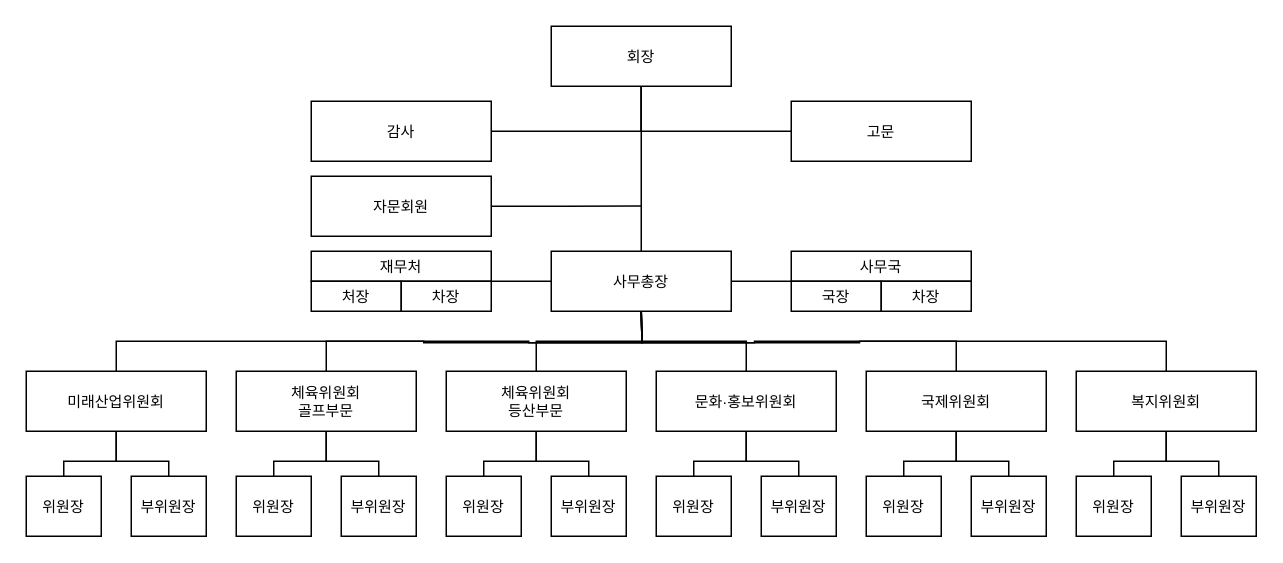
Zeranium/web1 keeps this draw.io diagram as 제목 없는 다이어그램.drawio. Above is the earlier version. Source tidied: cells renumbered, new cells numbered last; positions are measured from the earlier drawing's top-left corner, leaving out a move shared by most shapes. Both pictures are drawn from the tidied source at 150%, with x=0, y=0 at pixel (26, 26).
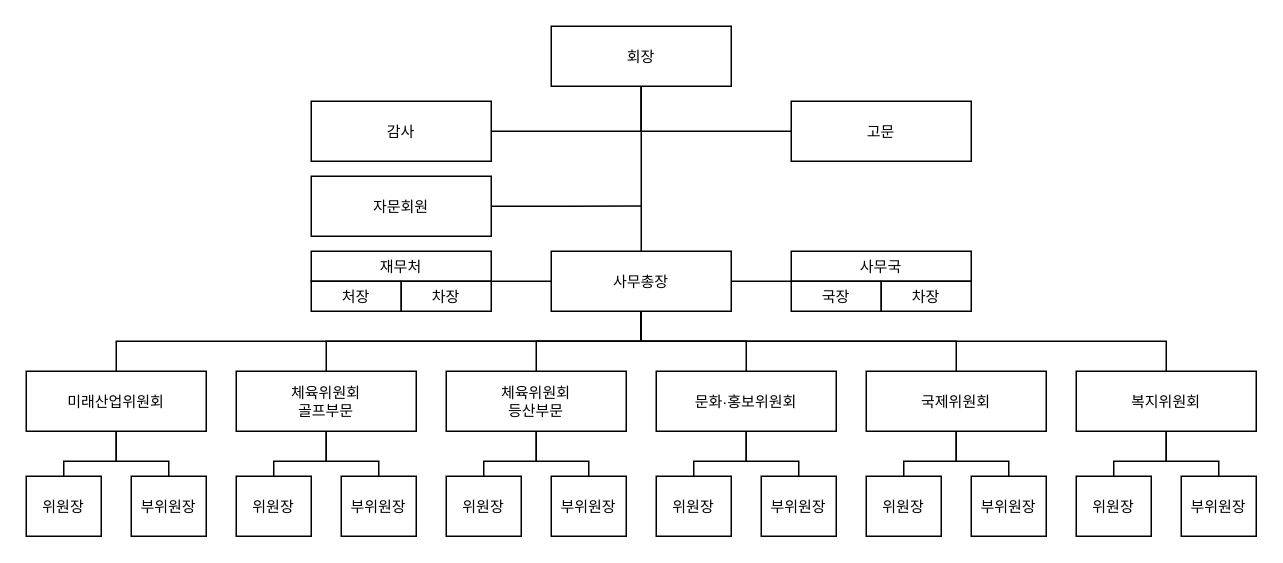
After the change.

Commit message:
제목 없는 다이어그램.drawio 업데이트

The change refers to these unchanged cells:
```xml
<mxCell id="5" value="미래산업위원회" style="whiteSpace=wrap;html=1;fontSize=10;" parent="1" vertex="1">
  <mxGeometry y="230" width="120" height="40" as="geometry" />
</mxCell>
<mxCell id="7" value="체육위원회&lt;div style=&quot;font-size: 10px;&quot;&gt;골프부문&lt;/div&gt;" style="whiteSpace=wrap;html=1;fontSize=10;" parent="1" vertex="1">
  <mxGeometry x="140" y="230" width="120" height="40" as="geometry" />
</mxCell>
<mxCell id="9" value="체육위원회&lt;div style=&quot;font-size: 10px;&quot;&gt;등산부문&lt;/div&gt;" style="whiteSpace=wrap;html=1;fontSize=10;" parent="1" vertex="1">
  <mxGeometry x="280" y="230" width="120" height="40" as="geometry" />
</mxCell>
<mxCell id="11" value="문화·홍보위원회" style="whiteSpace=wrap;html=1;fontSize=10;" parent="1" vertex="1">
  <mxGeometry x="420" y="230" width="120" height="40" as="geometry" />
</mxCell>
<mxCell id="13" value="국제위원회" style="whiteSpace=wrap;html=1;fontSize=10;" parent="1" vertex="1">
  <mxGeometry x="560" y="230" width="120" height="40" as="geometry" />
</mxCell>
<mxCell id="15" value="복지위원회" style="whiteSpace=wrap;html=1;fontSize=10;" parent="1" vertex="1">
  <mxGeometry x="700" y="230" width="120" height="40" as="geometry" />
</mxCell>
<mxCell id="48" value="사무총장" style="whiteSpace=wrap;html=1;fontSize=10;" parent="1" vertex="1">
  <mxGeometry x="350" y="150" width="120" height="40" as="geometry" />
</mxCell>
```

Diff of the diagram source:
```diff
@@
-    <mxCell id="2" style="edgeStyle=orthogonalEdgeStyle;rounded=0;jettySize=auto;html=1;exitX=0.5;exitY=0;exitDx=0;exitDy=0;entryX=0.5;entryY=1;entryDx=0;entryDy=0;endArrow=none;endFill=0;fontSize=10;" parent="1" edge="1" source="5">
-      <mxGeometry relative="1" as="geometry">
-        <mxPoint x="410" y="190" as="targetPoint" />
-      </mxGeometry>
-    </mxCell>
@@
+    <mxCell id="55" style="edgeStyle=orthogonalEdgeStyle;rounded=0;jettySize=auto;html=1;exitX=0.5;exitY=0;exitDx=0;exitDy=0;entryX=0.5;entryY=1;entryDx=0;entryDy=0;endArrow=none;endFill=0;" parent="1" edge="1" source="5" target="48">
+      <mxGeometry relative="1" as="geometry" />
+    </mxCell>
@@
-    <mxCell id="6" style="edgeStyle=orthogonalEdgeStyle;rounded=0;jettySize=auto;html=1;exitX=0.5;exitY=0;exitDx=0;exitDy=0;entryX=0.5;entryY=1;entryDx=0;entryDy=0;endArrow=none;endFill=0;fontSize=10;" parent="1" edge="1" source="7">
-      <mxGeometry relative="1" as="geometry">
-        <mxPoint x="410" y="190" as="targetPoint" />
-      </mxGeometry>
-    </mxCell>
+    <mxCell id="56" style="edgeStyle=orthogonalEdgeStyle;rounded=0;jettySize=auto;html=1;exitX=0.5;exitY=0;exitDx=0;exitDy=0;entryX=0.5;entryY=1;entryDx=0;entryDy=0;endArrow=none;endFill=0;" parent="1" edge="1" source="7" target="48">
+      <mxGeometry relative="1" as="geometry" />
+    </mxCell>
@@
-    <mxCell id="8" style="edgeStyle=orthogonalEdgeStyle;rounded=0;jettySize=auto;html=1;exitX=0.5;exitY=0;exitDx=0;exitDy=0;endArrow=none;endFill=0;fontSize=10;" parent="1" edge="1" source="9">
-      <mxGeometry relative="1" as="geometry">
-        <mxPoint x="410" y="190" as="targetPoint" />
-      </mxGeometry>
-    </mxCell>
+    <mxCell id="57" style="edgeStyle=orthogonalEdgeStyle;rounded=0;jettySize=auto;html=1;exitX=0.5;exitY=0;exitDx=0;exitDy=0;entryX=0.5;entryY=1;entryDx=0;entryDy=0;endArrow=none;endFill=0;" parent="1" edge="1" source="9" target="48">
+      <mxGeometry relative="1" as="geometry" />
+    </mxCell>
@@
-    <mxCell id="10" style="edgeStyle=orthogonalEdgeStyle;rounded=0;jettySize=auto;html=1;exitX=0.5;exitY=0;exitDx=0;exitDy=0;endArrow=none;endFill=0;fontSize=10;" parent="1" edge="1" source="11">
-      <mxGeometry relative="1" as="geometry">
-        <mxPoint x="410" y="190" as="targetPoint" />
-      </mxGeometry>
-    </mxCell>
+    <mxCell id="58" style="edgeStyle=orthogonalEdgeStyle;rounded=0;jettySize=auto;html=1;exitX=0.5;exitY=0;exitDx=0;exitDy=0;entryX=0.5;entryY=1;entryDx=0;entryDy=0;endArrow=none;endFill=0;" parent="1" edge="1" source="11" target="48">
+      <mxGeometry relative="1" as="geometry" />
+    </mxCell>
@@
-    <mxCell id="12" style="edgeStyle=orthogonalEdgeStyle;rounded=0;jettySize=auto;html=1;exitX=0.5;exitY=0;exitDx=0;exitDy=0;entryX=0.5;entryY=1;entryDx=0;entryDy=0;endArrow=none;endFill=0;fontSize=10;" parent="1" edge="1" source="13">
-      <mxGeometry relative="1" as="geometry">
-        <mxPoint x="410" y="190" as="targetPoint" />
-      </mxGeometry>
-    </mxCell>
+    <mxCell id="59" style="edgeStyle=orthogonalEdgeStyle;rounded=0;jettySize=auto;html=1;exitX=0.5;exitY=0;exitDx=0;exitDy=0;entryX=0.5;entryY=1;entryDx=0;entryDy=0;endArrow=none;endFill=0;" parent="1" edge="1" source="13" target="48">
+      <mxGeometry relative="1" as="geometry" />
+    </mxCell>
@@
-    <mxCell id="14" style="edgeStyle=orthogonalEdgeStyle;rounded=0;jettySize=auto;html=1;exitX=0.5;exitY=0;exitDx=0;exitDy=0;entryX=0.5;entryY=1;entryDx=0;entryDy=0;endArrow=none;endFill=0;fontSize=10;" parent="1" edge="1" source="15">
-      <mxGeometry relative="1" as="geometry">
-        <mxPoint x="410" y="190" as="targetPoint" />
-      </mxGeometry>
-    </mxCell>
+    <mxCell id="60" style="edgeStyle=orthogonalEdgeStyle;rounded=0;jettySize=auto;html=1;exitX=0.5;exitY=0;exitDx=0;exitDy=0;endArrow=none;endFill=0;" parent="1" edge="1" source="15" target="48">
+      <mxGeometry relative="1" as="geometry" />
+    </mxCell>
```
